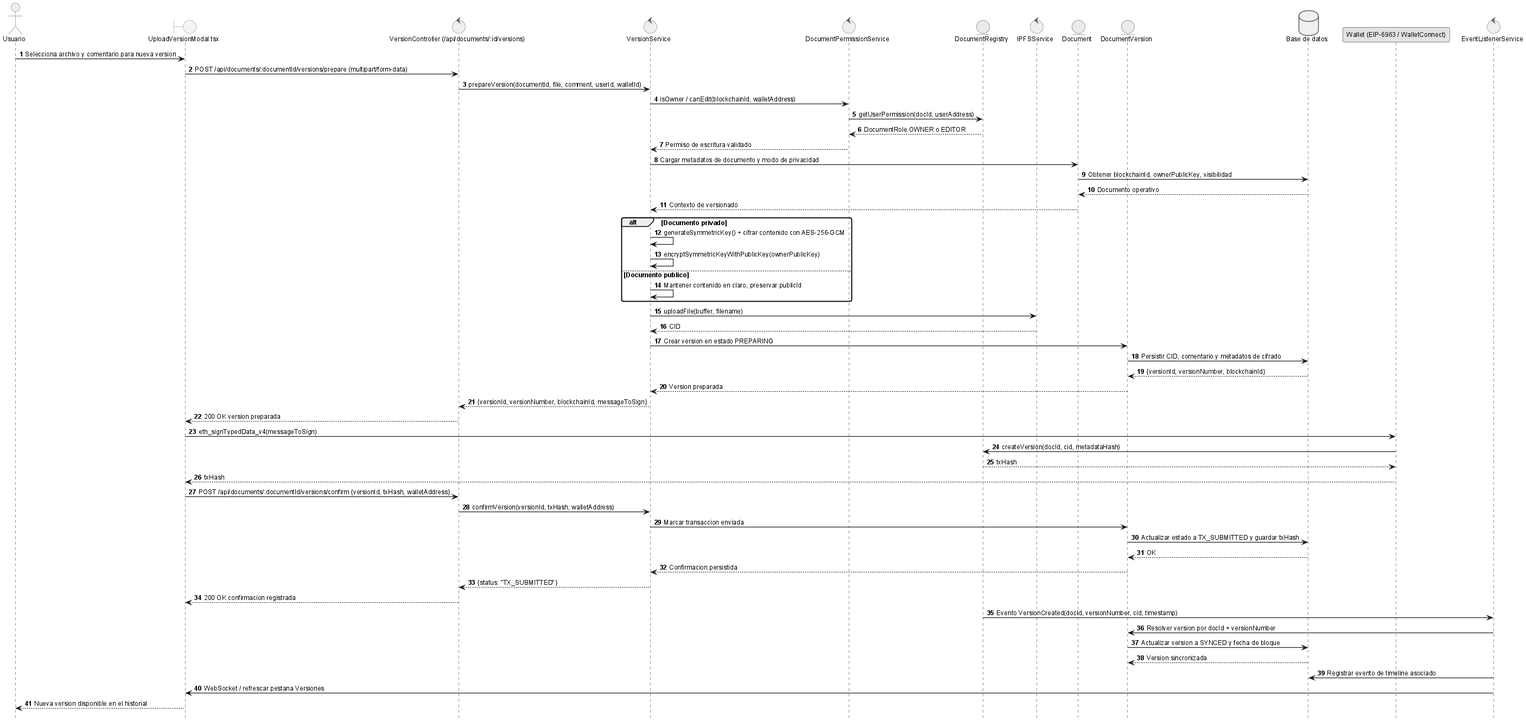
The PlantUML diagram anexos/diagramas/seq-version.png in ErDeivih/DocumentChain, before a commit. Its diagram source:
```plantuml
@startuml
!include _sequence-style.puml
actor Usuario as user
boundary "UploadVersionModal.tsx" as ui
control "VersionController (/api/documents/:id/versions)" as api
control "VersionService" as srv
control "DocumentPermissionService" as perm
entity "DocumentRegistry" as sc
control "IPFSService" as ipfs
entity "Document" as doc
entity "DocumentVersion" as ver
database "Base de datos" as db
participant "Wallet (EIP-6963 / WalletConnect)" as wallet
control "EventListenerService" as listener

user -> ui: Selecciona archivo y comentario para nueva version
ui -> api: POST /api/documents/:documentId/versions/prepare (multipart/form-data)
api -> srv: prepareVersion(documentId, file, comment, userId, walletId)
srv -> perm: isOwner / canEdit(blockchainId, walletAddress)
perm -> sc: getUserPermission(docId, userAddress)
sc --> perm: DocumentRole.OWNER o EDITOR
perm --> srv: Permiso de escritura validado
srv -> doc: Cargar metadatos de documento y modo de privacidad
doc -> db: Obtener blockchainId, ownerPublicKey, visibilidad
db --> doc: Documento operativo
doc --> srv: Contexto de versionado
alt Documento privado
    srv -> srv: generateSymmetricKey() + cifrar contenido con AES-256-GCM
    srv -> srv: encryptSymmetricKeyWithPublicKey(ownerPublicKey)
else Documento publico
    srv -> srv: Mantener contenido en claro, preservar publicId
end
srv -> ipfs: uploadFile(buffer, filename)
ipfs --> srv: CID
srv -> ver: Crear version en estado PREPARING
ver -> db: Persistir CID, comentario y metadatos de cifrado
db --> ver: {versionId, versionNumber, blockchainId}
ver --> srv: Version preparada
srv --> api: {versionId, versionNumber, blockchainId, messageToSign}
api --> ui: 200 OK version preparada

ui -> wallet: eth_signTypedData_v4(messageToSign)
wallet -> sc: createVersion(docId, cid, metadataHash)
sc --> wallet: txHash
wallet --> ui: txHash

ui -> api: POST /api/documents/:documentId/versions/confirm {versionId, txHash, walletAddress}
api -> srv: confirmVersion(versionId, txHash, walletAddress)
srv -> ver: Marcar transaccion enviada
ver -> db: Actualizar estado a TX_SUBMITTED y guardar txHash
db --> ver: OK
ver --> srv: Confirmacion persistida
srv --> api: {status: "TX_SUBMITTED"}
api --> ui: 200 OK confirmacion registrada

sc -> listener: Evento VersionCreated(docId, versionNumber, cid, timestamp)
listener -> ver: Resolver version por docId + versionNumber
ver -> db: Actualizar version a SYNCED y fecha de bloque
db --> ver: Version sincronizada
listener -> db: Registrar evento de timeline asociado
listener -> ui: WebSocket / refrescar pestana Versiones
ui --> user: Nueva version disponible en el historial

@enduml
```
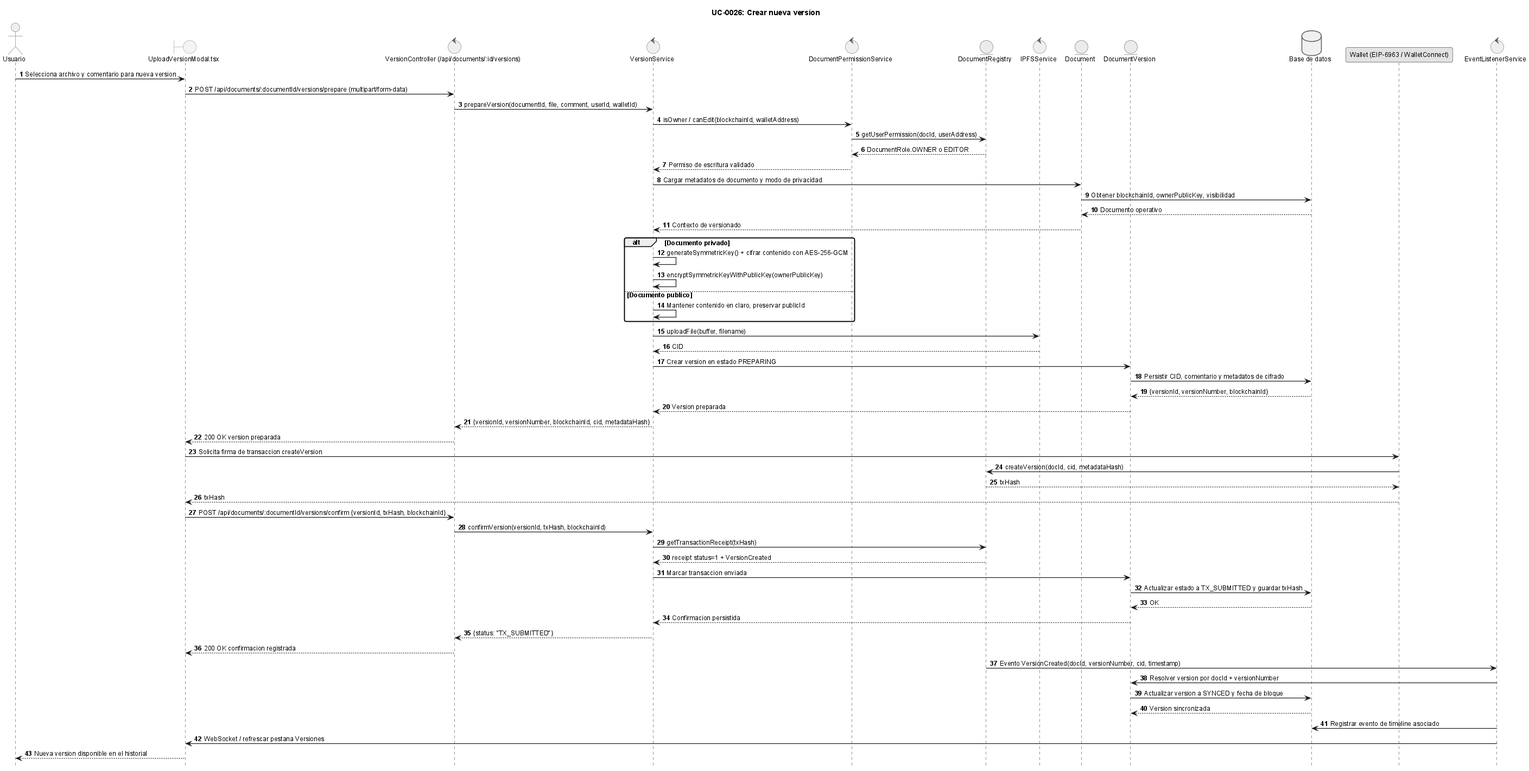
After the commit.

Diff of the diagram source:
```diff
@@ -12,6 +12,7 @@
 database "Base de datos" as db
 participant "Wallet (EIP-6963 / WalletConnect)" as wallet
 control "EventListenerService" as listener
+title UC-0026: Crear nueva version
 
 user -> ui: Selecciona archivo y comentario para nueva version
 ui -> api: POST /api/documents/:documentId/versions/prepare (multipart/form-data)
@@ -36,16 +37,18 @@
 ver -> db: Persistir CID, comentario y metadatos de cifrado
 db --> ver: {versionId, versionNumber, blockchainId}
 ver --> srv: Version preparada
-srv --> api: {versionId, versionNumber, blockchainId, messageToSign}
+srv --> api: {versionId, versionNumber, blockchainId, cid, metadataHash}
 api --> ui: 200 OK version preparada
 
-ui -> wallet: eth_signTypedData_v4(messageToSign)
+ui -> wallet: Solicita firma de transaccion createVersion
 wallet -> sc: createVersion(docId, cid, metadataHash)
 sc --> wallet: txHash
 wallet --> ui: txHash
 
-ui -> api: POST /api/documents/:documentId/versions/confirm {versionId, txHash, walletAddress}
-api -> srv: confirmVersion(versionId, txHash, walletAddress)
+ui -> api: POST /api/documents/:documentId/versions/confirm {versionId, txHash, blockchainId}
+api -> srv: confirmVersion(versionId, txHash, blockchainId)
+srv -> sc: getTransactionReceipt(txHash)
+sc --> srv: receipt status=1 + VersionCreated
 srv -> ver: Marcar transaccion enviada
 ver -> db: Actualizar estado a TX_SUBMITTED y guardar txHash
 db --> ver: OK
```
